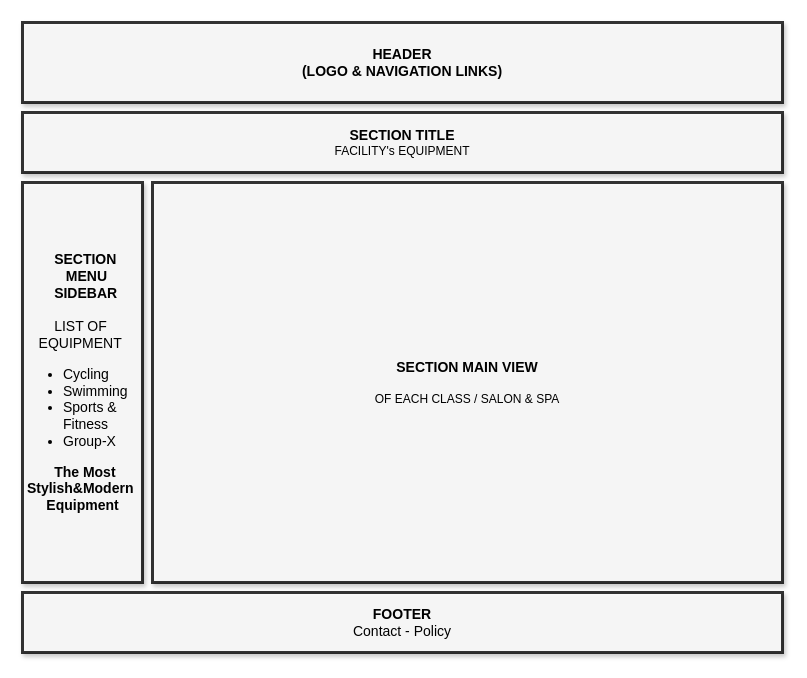
The draw.io diagram Documents/Equipment.drawio in Maaguaete/2109.E0-eProject-Group_5, before the edit. Source tidied: cells renumbered, new cells numbered last; positions are measured from the earlier drawing's top-left corner, leaving out a move shared by most shapes. Both pictures are drawn from the tidied source at 100%, with x=0, y=0 at pixel (22, 22).
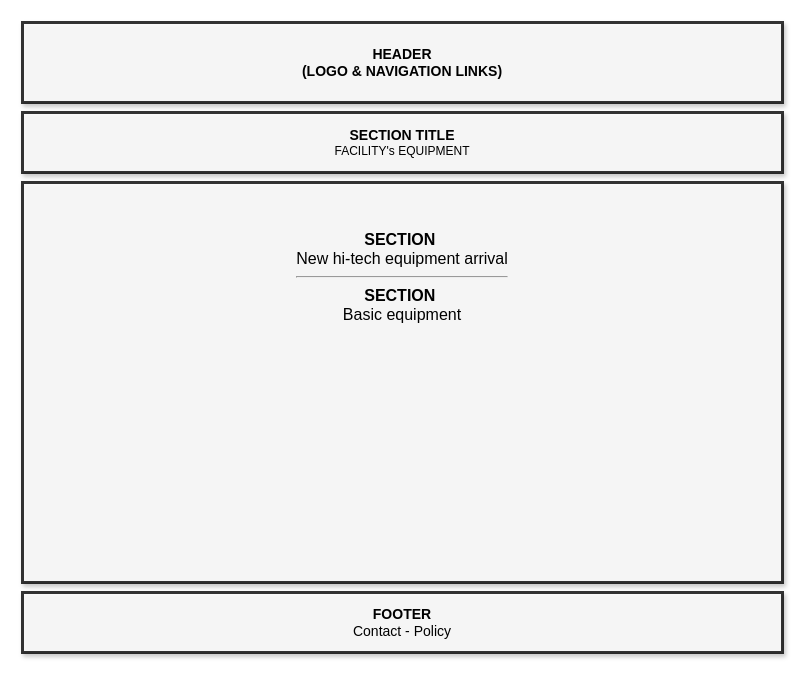
The same diagram, later.

Change to the diagram source:
```diff
@@
 <mxGraphModel>
   <root>
     <mxCell id="0" />
     <mxCell id="1" parent="0" />
     <mxCell id="2" value="&lt;font style=&quot;font-size: 14px&quot;&gt;&lt;b&gt;HEADER&lt;br&gt;(LOGO &amp;amp; NAVIGATION LINKS)&lt;/b&gt;&lt;/font&gt;" style="whiteSpace=wrap;html=1;strokeWidth=3;perimeterSpacing=0;opacity=80;shadow=1;" parent="1" vertex="1">
       <mxGeometry width="760" height="80" as="geometry" />
     </mxCell>
     <mxCell id="3" value="&lt;font&gt;&lt;b&gt;&lt;font style=&quot;font-size: 14px&quot;&gt;SECTION TITLE&lt;/font&gt;&lt;/b&gt;&lt;br&gt;&amp;nbsp;FACILITY's EQUIPMENT&amp;nbsp;&lt;/font&gt;" style="whiteSpace=wrap;html=1;strokeWidth=3;perimeterSpacing=0;opacity=80;shadow=1;" parent="1" vertex="1">
       <mxGeometry y="90" width="760" height="60" as="geometry" />
     </mxCell>
-    <mxCell id="4" value="&lt;div style=&quot;font-size: 14px&quot;&gt;&lt;div style=&quot;text-align: left&quot;&gt;&lt;b&gt;&lt;span style=&quot;white-space: pre&quot;&gt;&#9;&lt;/span&gt;SECTION&lt;br&gt;&lt;span style=&quot;white-space: pre&quot;&gt;&#9;&lt;/span&gt;&amp;nbsp; &amp;nbsp;MENU&lt;br&gt;&lt;div style=&quot;text-align: left&quot;&gt;&lt;b style=&quot;text-align: center&quot;&gt;&lt;span style=&quot;white-space: pre&quot;&gt;&#9;&lt;/span&gt;SIDEBAR&lt;/b&gt;&lt;span style=&quot;font-weight: normal ; text-align: center&quot;&gt;&amp;nbsp;&lt;/span&gt;&lt;/div&gt;&lt;/b&gt;&lt;/div&gt;&lt;/div&gt;&lt;div style=&quot;text-align: left ; font-size: 14px&quot;&gt;&lt;br&gt;&lt;/div&gt;&lt;div style=&quot;text-align: left ; font-size: 14px&quot;&gt;&lt;font style=&quot;font-size: 14px&quot;&gt;&lt;span style=&quot;white-space: pre&quot;&gt;&#9;&lt;/span&gt;LIST OF&lt;br&gt;&amp;nbsp; &amp;nbsp; EQUIPMENT&lt;/font&gt;&lt;/div&gt;&lt;div style=&quot;font-size: 14px&quot;&gt;&lt;ul&gt;&lt;li style=&quot;text-align: left&quot;&gt;&lt;span&gt;&lt;font style=&quot;font-size: 14px&quot;&gt;Cycling&lt;/font&gt;&lt;/span&gt;&lt;/li&gt;&lt;li style=&quot;text-align: left&quot;&gt;&lt;span&gt;&lt;font style=&quot;font-size: 14px&quot;&gt;Swimming&lt;/font&gt;&lt;/span&gt;&lt;/li&gt;&lt;li style=&quot;text-align: left&quot;&gt;&lt;span&gt;&lt;font style=&quot;font-size: 14px&quot;&gt;Sports &amp;amp; Fitness&lt;/font&gt;&lt;/span&gt;&lt;/li&gt;&lt;li style=&quot;text-align: left&quot;&gt;&lt;span&gt;&lt;font style=&quot;font-size: 14px&quot;&gt;Group-X&lt;/font&gt;&lt;/span&gt;&lt;/li&gt;&lt;/ul&gt;&lt;div style=&quot;text-align: left&quot;&gt;&lt;span style=&quot;white-space: pre&quot;&gt;&#9;&lt;/span&gt;&lt;b&gt;The Most&amp;nbsp; &amp;nbsp;Stylish&amp;amp;Modern&lt;br&gt;&amp;nbsp; &amp;nbsp; &amp;nbsp; Equipment&lt;/b&gt;&lt;/div&gt;&lt;/div&gt;" style="whiteSpace=wrap;html=1;align=center;strokeWidth=3;perimeterSpacing=0;opacity=80;shadow=1;" parent="1" vertex="1">
-      <mxGeometry y="160" width="120" height="400" as="geometry" />
-    </mxCell>
-    <mxCell id="5" value="&lt;span style=&quot;font-size: 14px&quot;&gt;&lt;b&gt;SECTION&amp;nbsp;&lt;/b&gt;&lt;/span&gt;&lt;font&gt;&lt;b&gt;&lt;font style=&quot;font-size: 14px&quot;&gt;MAIN VIEW&lt;br&gt;&lt;/font&gt;&lt;/b&gt;&lt;span style=&quot;font-size: 14px&quot;&gt;&lt;b&gt;&lt;br&gt;&lt;/b&gt;&lt;/span&gt;OF EACH CLASS / SALON &amp;amp; SPA&lt;/font&gt;" style="whiteSpace=wrap;html=1;strokeWidth=3;perimeterSpacing=0;opacity=80;shadow=1;" parent="1" vertex="1">
-      <mxGeometry x="130" y="160" width="630" height="400" as="geometry" />
+    <mxCell id="5" value="&lt;font style=&quot;font-size: 16px&quot;&gt;&lt;b&gt;SECTION&amp;nbsp;&lt;/b&gt;&lt;b&gt;&lt;br&gt;&lt;/b&gt;&lt;/font&gt;&lt;font style=&quot;font-size: 16px&quot;&gt;&lt;font style=&quot;font-size: 16px&quot;&gt;New hi-tech equipment arrival&lt;br&gt;&lt;/font&gt;&lt;hr&gt;&lt;font style=&quot;font-size: 16px&quot;&gt;&lt;b&gt;SECTION&amp;nbsp;&lt;/b&gt;&lt;b&gt;&lt;br&gt;&lt;/b&gt;Basic equipment&lt;br&gt;&lt;br&gt;&lt;br&gt;&lt;br&gt;&lt;br&gt;&lt;br&gt;&lt;br&gt;&lt;br&gt;&lt;br&gt;&lt;br&gt;&lt;br&gt;&lt;/font&gt;&lt;br&gt;&lt;/font&gt;" style="whiteSpace=wrap;html=1;strokeWidth=3;perimeterSpacing=0;opacity=80;shadow=1;" parent="1" vertex="1">
+      <mxGeometry y="160" width="760" height="400" as="geometry" />
     </mxCell>
     <mxCell id="6" value="&lt;font style=&quot;font-size: 14px&quot;&gt;&lt;b&gt;FOOTER&lt;/b&gt;&lt;br&gt;Contact - Policy&lt;/font&gt;" style="whiteSpace=wrap;html=1;strokeWidth=3;perimeterSpacing=0;opacity=80;shadow=1;" parent="1" vertex="1">
       <mxGeometry y="570" width="760" height="60" as="geometry" />
     </mxCell>
   </root>
 </mxGraphModel>
```
